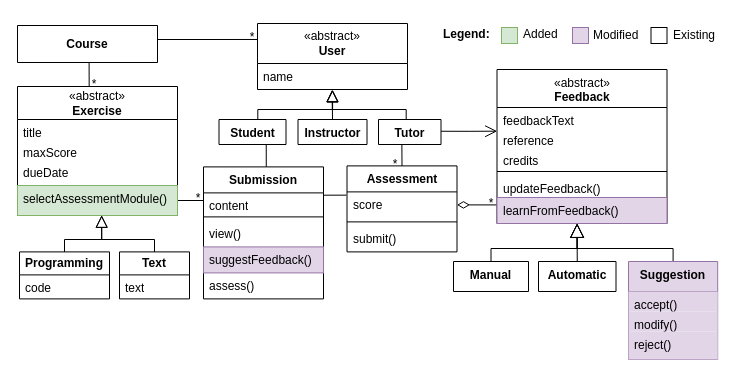
Above: page "restructured" (1 of 3) of figures/src/aom.drawio in pal03377/master-thesis (draw.io), before the change. Source tidied: cells renumbered, new cells numbered last; positions are measured from the earlier drawing's top-left corner, leaving out a move shared by most shapes. Both pictures are drawn from the tidied source at 100%, with x=0, y=0 at pixel (17, 19).
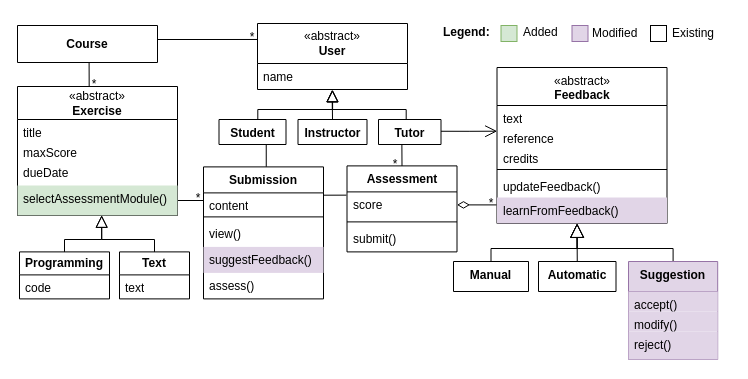
The same diagram, later.

Unchanged cells that the change refers to:
```xml
<mxCell id="4" value="«abstract»&lt;br&gt;&lt;b&gt;Exercise&lt;/b&gt;" style="swimlane;fontStyle=0;horizontal=1;startSize=33;fillColor=none;whiteSpace=wrap;html=1;" parent="1" vertex="1">
  <mxGeometry y="67" width="160" height="129" as="geometry" />
</mxCell>
<mxCell id="9" value="Submission" style="swimlane;fontStyle=1;align=center;verticalAlign=top;horizontal=1;startSize=26;whiteSpace=wrap;html=1;" parent="1" vertex="1">
  <mxGeometry x="186" y="147.4" width="120" height="132" as="geometry" />
</mxCell>
```

The edit, as a diff of the source:
```diff
@@
-    <mxCell id="8" value="selectAssessmentModule()" style="text;strokeColor=#82b366;fillColor=#d5e8d4;align=left;verticalAlign=top;spacingLeft=4;spacingRight=4;overflow=hidden;points=[[0,0.5],[1,0.5]];portConstraint=eastwest;whiteSpace=wrap;html=1;" parent="4" vertex="1">
+    <mxCell id="8" value="selectAssessmentModule()" style="text;strokeColor=none;fillColor=#d5e8d4;align=left;verticalAlign=top;spacingLeft=4;spacingRight=4;overflow=hidden;points=[[0,0.5],[1,0.5]];portConstraint=eastwest;whiteSpace=wrap;html=1;" parent="4" vertex="1">
       <mxGeometry y="99" width="160" height="30" as="geometry" />
     </mxCell>
@@
-    <mxCell id="13" value="suggestFeedback()" style="text;strokeColor=#9673a6;fillColor=#e1d5e7;align=left;verticalAlign=top;spacingLeft=4;spacingRight=4;overflow=hidden;whiteSpace=wrap;html=1;" parent="9" vertex="1">
+    <mxCell id="13" value="suggestFeedback()" style="text;strokeColor=none;fillColor=#e1d5e7;align=left;verticalAlign=top;spacingLeft=4;spacingRight=4;overflow=hidden;whiteSpace=wrap;html=1;" parent="9" vertex="1">
       <mxGeometry y="80" width="120" height="26" as="geometry" />
     </mxCell>
@@
     <mxCell id="25" value="&lt;span style=&quot;font-weight: normal;&quot;&gt;«abstract»&lt;/span&gt;&lt;br&gt;Feedback" style="swimlane;fontStyle=1;align=center;verticalAlign=top;horizontal=1;startSize=38;whiteSpace=wrap;html=1;" parent="1" vertex="1">
-      <mxGeometry x="479.5" y="50" width="170" height="154" as="geometry" />
+      <mxGeometry x="479.5" y="48" width="170" height="156" as="geometry" />
     </mxCell>
-    <mxCell id="26" value="feedbackText" style="text;strokeColor=none;fillColor=none;align=left;verticalAlign=top;spacingLeft=4;spacingRight=4;overflow=hidden;whiteSpace=wrap;html=1;fontSize=12;spacing=2;" parent="25" vertex="1">
+    <mxCell id="26" value="text" style="text;strokeColor=none;fillColor=none;align=left;verticalAlign=top;spacingLeft=4;spacingRight=4;overflow=hidden;whiteSpace=wrap;html=1;fontSize=12;spacing=2;" parent="25" vertex="1">
       <mxGeometry y="38" width="170" height="20" as="geometry" />
     </mxCell>
@@
     <mxCell id="30" value="updateFeedback()" style="text;strokeColor=none;fillColor=none;align=left;verticalAlign=top;spacingLeft=4;spacingRight=4;overflow=hidden;whiteSpace=wrap;html=1;" parent="25" vertex="1">
-      <mxGeometry y="106" width="170" height="22" as="geometry" />
+      <mxGeometry y="106" width="170" height="24" as="geometry" />
     </mxCell>
-    <mxCell id="31" value="learnFromFeedback()" style="text;strokeColor=#9673a6;fillColor=#e1d5e7;align=left;verticalAlign=top;spacingLeft=4;spacingRight=4;overflow=hidden;points=[[0,0.5],[1,0.5]];portConstraint=eastwest;whiteSpace=wrap;html=1;" parent="25" vertex="1">
-      <mxGeometry y="128" width="170" height="26" as="geometry" />
+    <mxCell id="31" value="learnFromFeedback()" style="text;strokeColor=none;fillColor=#e1d5e7;align=left;verticalAlign=top;spacingLeft=4;spacingRight=4;overflow=hidden;points=[[0,0.5],[1,0.5]];portConstraint=eastwest;whiteSpace=wrap;html=1;" parent="25" vertex="1">
+      <mxGeometry y="130" width="170" height="26" as="geometry" />
     </mxCell>
@@
     <mxCell id="61" style="group;" parent="1" vertex="1">
-      <mxGeometry x="424" width="289.5" height="31" as="geometry" />
+      <mxGeometry x="423.5" y="-2" width="289.5" height="31" as="geometry" />
     </mxCell>
```
